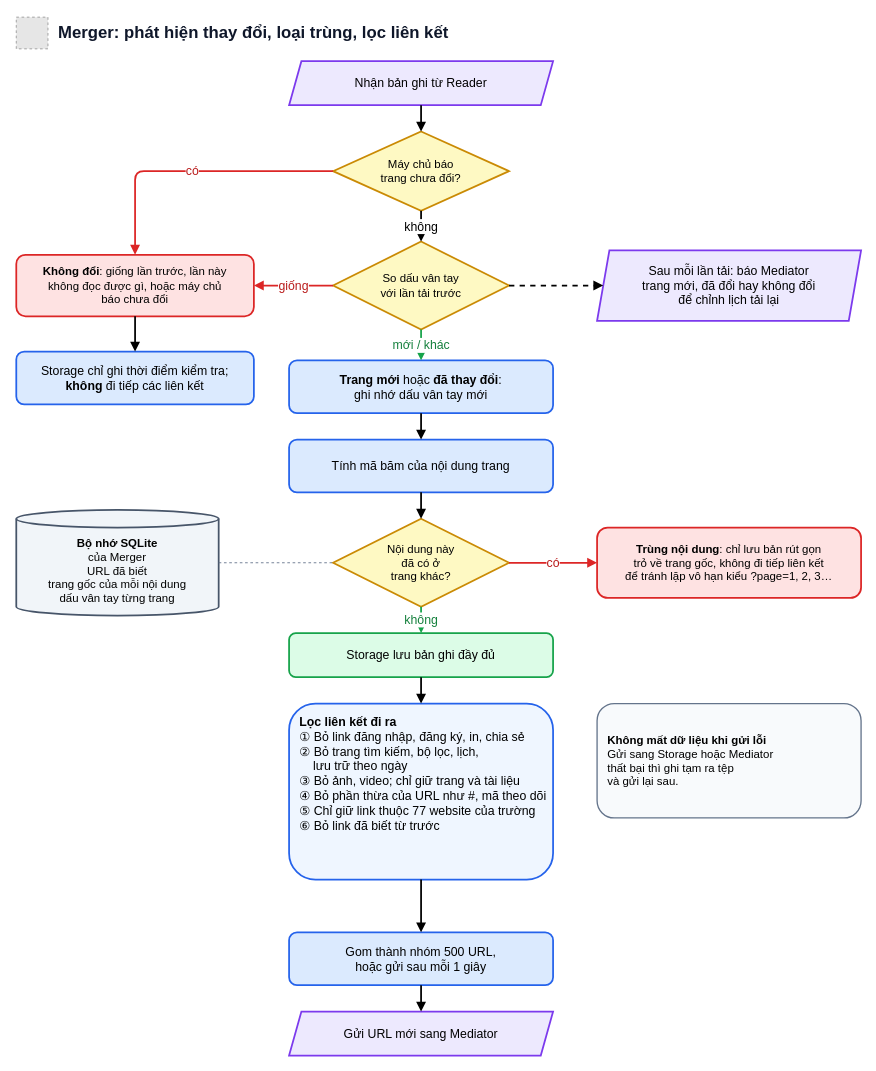
doanan293/WebCorpusPipeline keeps this draw.io diagram as docs/report/diagrams/merger.drawio. Above is the earlier version. Source tidied: cells renumbered, new cells numbered last; positions are measured from the earlier drawing's top-left corner, leaving out a move shared by most shapes. Both pictures are drawn from the tidied source at 88%, with x=0, y=0 at pixel (16, 15). Pictures stored in the file or linked from it are replaced by grey dashed boxes.
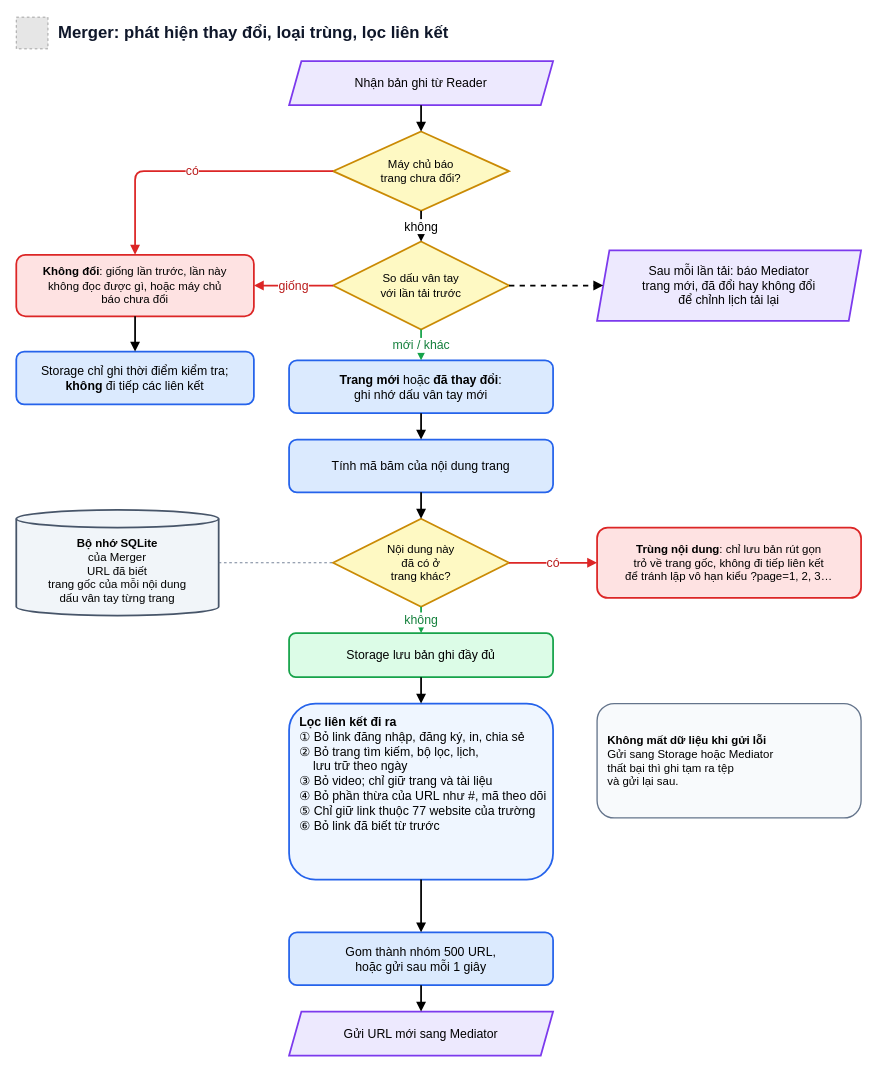
After the change.

Commit message (it also covers changes not shown here):
docs: stop listing pictures as skipped in the crawl diagrams

What changed in the source:
```diff
@@
-    <mxCell id="14" value="&lt;b&gt;Lọc liên kết đi ra&lt;/b&gt;&lt;br&gt;① Bỏ link đăng nhập, đăng ký, in, chia sẻ&lt;br&gt;② Bỏ trang tìm kiếm, bộ lọc, lịch,&lt;br&gt;&amp;nbsp;&amp;nbsp;&amp;nbsp;&amp;nbsp;lưu trữ theo ngày&lt;br&gt;③ Bỏ ảnh, video; chỉ giữ trang và tài liệu&lt;br&gt;④ Bỏ phần thừa của URL như #, mã theo dõi&lt;br&gt;⑤ Chỉ giữ link thuộc 77 website của trường&lt;br&gt;⑥ Bỏ link đã biết từ trước" style="rounded=1;whiteSpace=wrap;html=1;fillColor=#EFF6FF;strokeColor=#2563EB;strokeWidth=2;fontSize=14;align=left;spacingLeft=10;verticalAlign=top;spacingTop=6;fontFamily=Helvetica;" parent="1" vertex="1">
+    <mxCell id="14" value="&lt;b&gt;Lọc liên kết đi ra&lt;/b&gt;&lt;br&gt;① Bỏ link đăng nhập, đăng ký, in, chia sẻ&lt;br&gt;② Bỏ trang tìm kiếm, bộ lọc, lịch,&lt;br&gt;&amp;nbsp;&amp;nbsp;&amp;nbsp;&amp;nbsp;lưu trữ theo ngày&lt;br&gt;③ Bỏ video; chỉ giữ trang và tài liệu&lt;br&gt;④ Bỏ phần thừa của URL như #, mã theo dõi&lt;br&gt;⑤ Chỉ giữ link thuộc 77 website của trường&lt;br&gt;⑥ Bỏ link đã biết từ trước" style="rounded=1;whiteSpace=wrap;html=1;fillColor=#EFF6FF;strokeColor=#2563EB;strokeWidth=2;fontSize=14;align=left;spacingLeft=10;verticalAlign=top;spacingTop=6;fontFamily=Helvetica;" parent="1" vertex="1">
       <mxGeometry x="310" y="782" width="300" height="200" as="geometry" />
     </mxCell>
```
